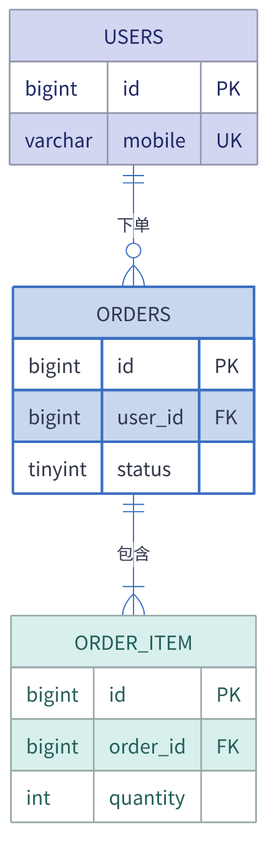
This is docs/assets/er.png from huang-hee/diagram-kit, a Mermaid export, as it was before one commit. Its source is kept beside it as docs/assets/er.mmd.
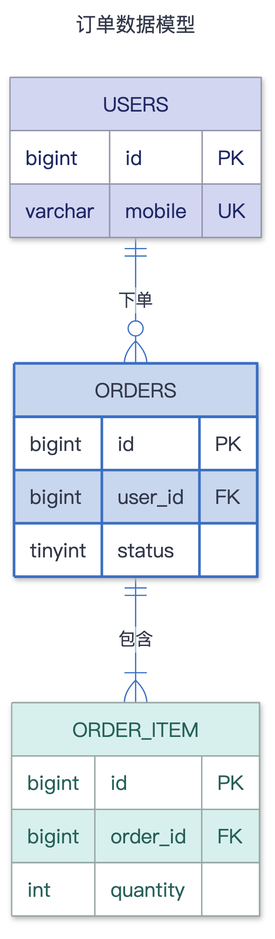
The same diagram one commit later.

What changed in the source:
```diff
@@ -1,7 +1,14 @@
 ---
+title: "订单数据模型"
 config:
   theme: base
   fontFamily: "PingFang SC, Microsoft YaHei, Noto Sans CJK SC, Source Han Sans SC, sans-serif"
+  flowchart:
+    curve: "step"
+    nodeSpacing: 50
+    rankSpacing: 60
+    padding: 12
+    wrappingWidth: 300
   themeVariables:
     background: "#FFFFFF"
     primaryColor: "#FFFFFF"
```
